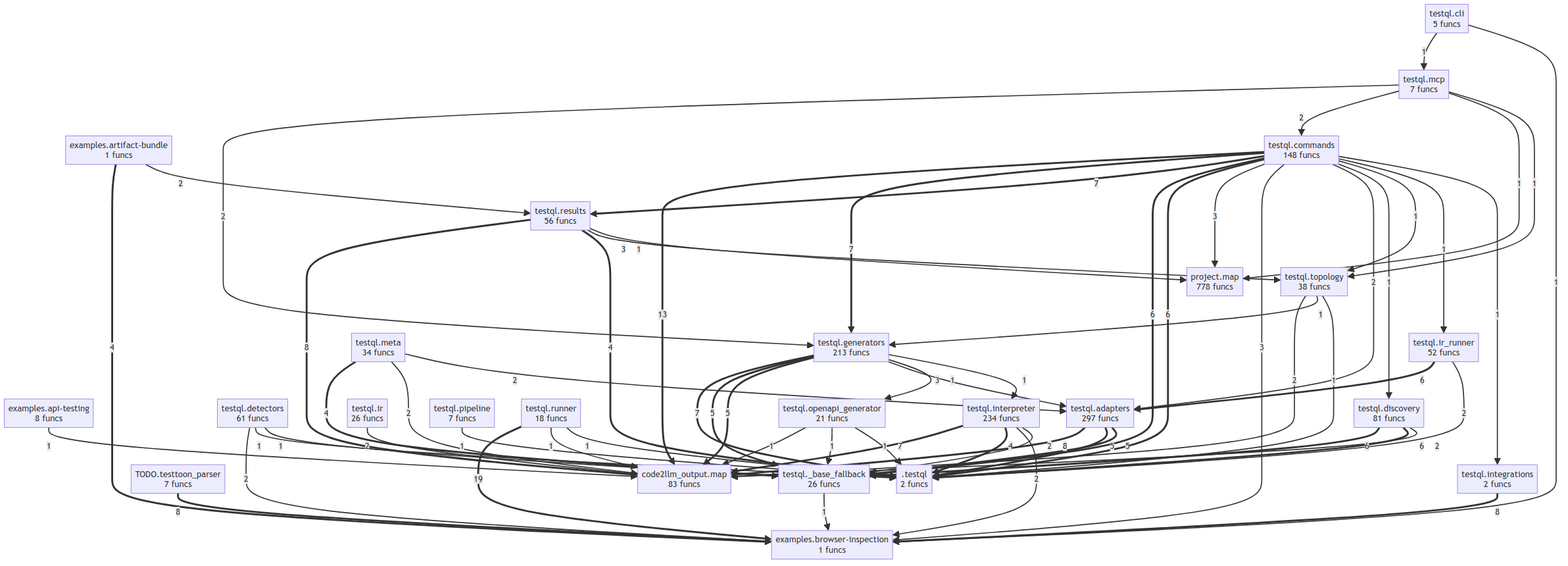
The Mermaid diagram project/compact_flow.png in oqlos/testql, before a commit. Its source is kept beside it as project/compact_flow.mmd.
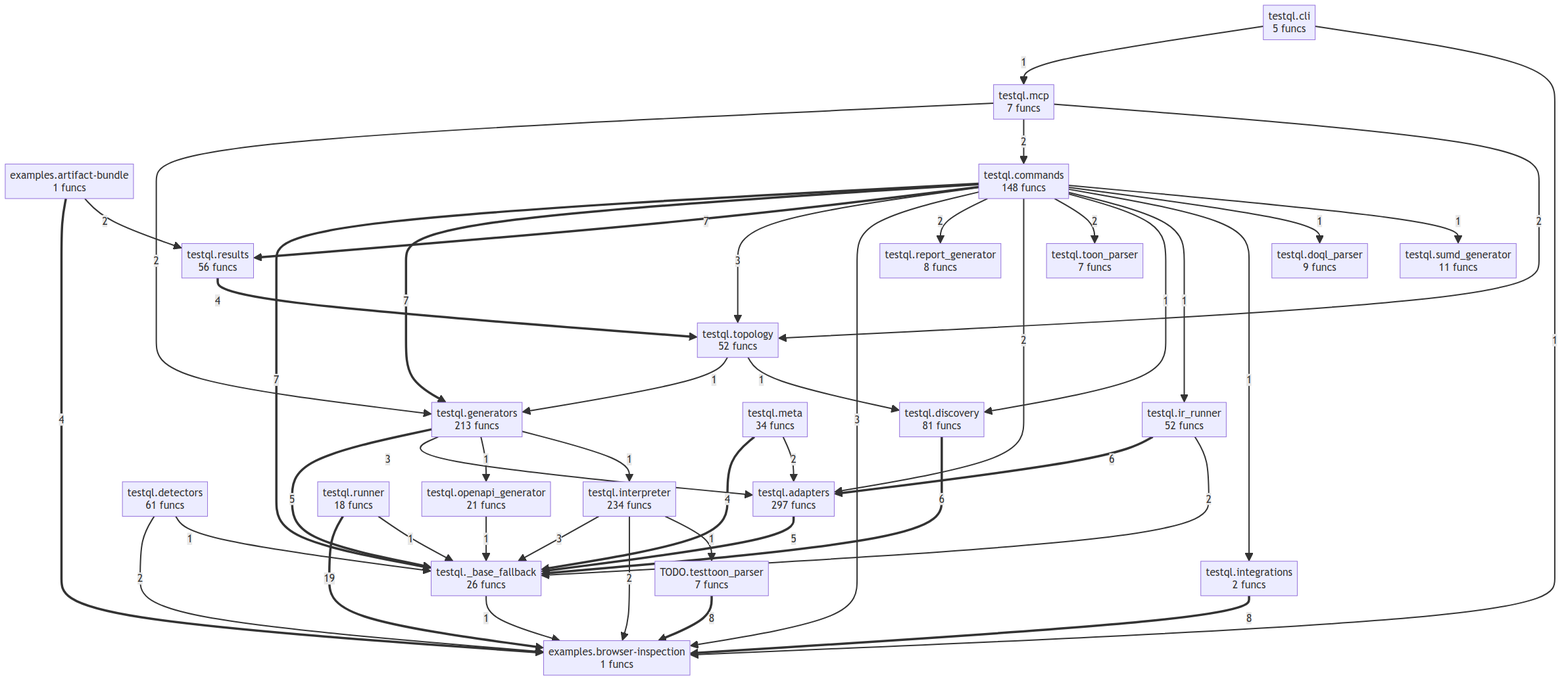
Above is the later version.

Diff of the diagram source:
```diff
@@ -1,89 +1,68 @@
 flowchart TD
-    M___testql[".testql<br/>2 funcs"]
     TODO__testtoon_parser["TODO.testtoon_parser<br/>7 funcs"]
-    code2llm_output__map["code2llm_output.map<br/>83 funcs"]
-    examples__api_testing["examples.api-testing<br/>8 funcs"]
     examples__artifact_bundle["examples.artifact-bundle<br/>1 funcs"]
     examples__browser_inspection["examples.browser-inspection<br/>1 funcs"]
-    project__map["project.map<br/>778 funcs"]
     testql___base_fallback["testql._base_fallback<br/>26 funcs"]
     testql__adapters["testql.adapters<br/>297 funcs"]
     testql__cli["testql.cli<br/>5 funcs"]
     testql__commands["testql.commands<br/>148 funcs"]
     testql__detectors["testql.detectors<br/>61 funcs"]
     testql__discovery["testql.discovery<br/>81 funcs"]
+    testql__doql_parser["testql.doql_parser<br/>9 funcs"]
     testql__generators["testql.generators<br/>213 funcs"]
     testql__integrations["testql.integrations<br/>2 funcs"]
     testql__interpreter["testql.interpreter<br/>234 funcs"]
-    testql__ir["testql.ir<br/>26 funcs"]
     testql__ir_runner["testql.ir_runner<br/>52 funcs"]
     testql__mcp["testql.mcp<br/>7 funcs"]
     testql__meta["testql.meta<br/>34 funcs"]
     testql__openapi_generator["testql.openapi_generator<br/>21 funcs"]
-    testql__pipeline["testql.pipeline<br/>7 funcs"]
+    testql__report_generator["testql.report_generator<br/>8 funcs"]
     testql__results["testql.results<br/>56 funcs"]
     testql__runner["testql.runner<br/>18 funcs"]
-    testql__topology["testql.topology<br/>38 funcs"]
+    testql__sumd_generator["testql.sumd_generator<br/>11 funcs"]
+    testql__toon_parser["testql.toon_parser<br/>7 funcs"]
+    testql__topology["testql.topology<br/>52 funcs"]
     testql__runner ==>|19| examples__browser_inspection
-    testql__commands ==>|13| code2llm_output__map
     TODO__testtoon_parser ==>|8| examples__browser_inspection
-    testql__results ==>|8| code2llm_output__map
-    testql__adapters ==>|8| code2llm_output__map
     testql__integrations ==>|8| examples__browser_inspection
+    testql__commands ==>|7| testql___base_fallback
     testql__commands ==>|7| testql__generators
     testql__commands ==>|7| testql__results
-    testql__interpreter ==>|7| code2llm_output__map
-    testql__generators ==>|7| M___testql
-    testql__commands ==>|6| testql___base_fallback
-    testql__commands ==>|6| M___testql
     testql__discovery ==>|6| testql___base_fallback
-    testql__discovery ==>|6| M___testql
     testql__ir_runner ==>|6| testql__adapters
     testql__generators ==>|5| testql___base_fallback
-    testql__generators ==>|5| code2llm_output__map
-    testql__adapters ==>|5| M___testql
     testql__adapters ==>|5| testql___base_fallback
     examples__artifact_bundle ==>|4| examples__browser_inspection
-    testql__interpreter ==>|4| M___testql
-    testql__results ==>|4| M___testql
+    testql__results ==>|4| testql__topology
     testql__meta ==>|4| testql___base_fallback
-    testql__commands -->|3| project__map
+    testql__commands -->|3| testql__topology
     testql__commands -->|3| examples__browser_inspection
-    testql__results -->|3| testql__topology
+    testql__interpreter -->|3| testql___base_fallback
     testql__generators -->|3| testql__adapters
     examples__artifact_bundle -->|2| testql__results
+    testql__commands -->|2| testql__report_generator
     testql__commands -->|2| testql__adapters
+    testql__commands -->|2| testql__toon_parser
     testql__interpreter -->|2| examples__browser_inspection
-    testql__interpreter -->|2| testql___base_fallback
-    testql__ir -->|2| code2llm_output__map
-    testql__discovery -->|2| code2llm_output__map
     testql__mcp -->|2| testql__generators
     testql__mcp -->|2| testql__commands
-    testql__meta -->|2| code2llm_output__map
+    testql__mcp -->|2| testql__topology
     testql__meta -->|2| testql__adapters
     testql__detectors -->|2| examples__browser_inspection
-    testql__ir_runner -->|2| M___testql
-    testql__topology -->|2| code2llm_output__map
-    examples__api_testing -->|1| code2llm_output__map
+    testql__ir_runner -->|2| testql___base_fallback
     testql__cli -->|1| testql__mcp
     testql__cli -->|1| examples__browser_inspection
-    testql__runner -->|1| code2llm_output__map
-    testql__runner -->|1| M___testql
-    testql__openapi_generator -->|1| code2llm_output__map
+    testql__runner -->|1| testql___base_fallback
     testql__openapi_generator -->|1| testql___base_fallback
-    testql__openapi_generator -->|1| M___testql
     testql___base_fallback -->|1| examples__browser_inspection
-    testql__pipeline -->|1| M___testql
     testql__commands -->|1| testql__discovery
-    testql__commands -->|1| testql__topology
     testql__commands -->|1| testql__ir_runner
     testql__commands -->|1| testql__integrations
-    testql__results -->|1| project__map
+    testql__commands -->|1| testql__doql_parser
+    testql__commands -->|1| testql__sumd_generator
+    testql__interpreter -->|1| TODO__testtoon_parser
     testql__generators -->|1| testql__openapi_generator
     testql__generators -->|1| testql__interpreter
-    testql__mcp -->|1| project__map
-    testql__mcp -->|1| testql__topology
-    testql__detectors -->|1| M___testql
     testql__detectors -->|1| testql___base_fallback
     testql__topology -->|1| testql__generators
-    testql__topology -->|1| M___testql
+    testql__topology -->|1| testql__discovery
```
